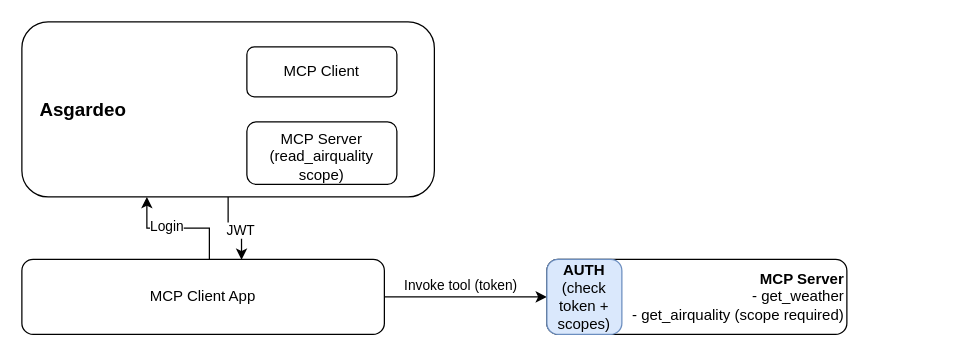
Before: docs/Deployment.drawio in isamauny/open_meteo_mcp, a draw.io diagram. Source tidied: cells renumbered, new cells numbered last; positions are measured from the earlier drawing's top-left corner, leaving out a move shared by most shapes. Both pictures are drawn from the tidied source at 125%, with x=0, y=0 at pixel (21, 21). Pictures stored in the file or linked from it are replaced by grey dashed boxes.
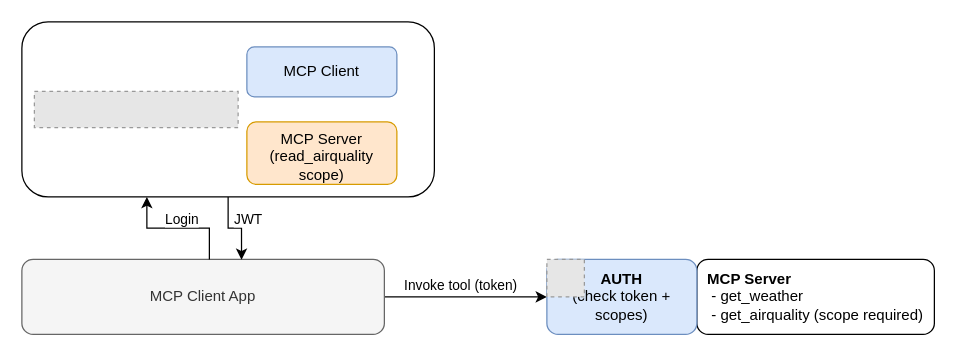
Above is the later version.

The change refers to these unchanged cells:
```xml
<mxCell id="8" style="edgeStyle=orthogonalEdgeStyle;rounded=0;jettySize=auto;html=1;entryX=0.303;entryY=1;entryDx=0;entryDy=0;entryPerimeter=0;" parent="1" edge="1" source="7" target="2">
  <mxGeometry relative="1" as="geometry">
    <Array as="points">
      <mxPoint x="150" y="165" />
      <mxPoint x="100" y="165" />
    </Array>
  </mxGeometry>
</mxCell>
<mxCell id="10" style="edgeStyle=orthogonalEdgeStyle;rounded=0;jettySize=auto;html=1;entryX=0.606;entryY=0.006;entryDx=0;entryDy=0;entryPerimeter=0;" parent="1" edge="1" source="2" target="7">
  <mxGeometry relative="1" as="geometry" />
</mxCell>
```

Diff of the diagram source:
```diff
@@
-    <mxCell id="2" value="&amp;nbsp; &amp;nbsp;Asgardeo" style="rounded=1;whiteSpace=wrap;html=1;fontSize=15;align=left;fontStyle=1;" parent="1" vertex="1">
+    <mxCell id="2" style="rounded=1;whiteSpace=wrap;html=1;fontSize=15;align=left;fontStyle=1;" parent="1" vertex="1">
       <mxGeometry width="330" height="140" as="geometry" />
     </mxCell>
-    <mxCell id="3" value="MCP Client" style="rounded=1;whiteSpace=wrap;html=1;" parent="1" vertex="1">
+    <mxCell id="3" value="MCP Client" style="rounded=1;whiteSpace=wrap;html=1;fillColor=#dae8fc;strokeColor=#6c8ebf;" parent="1" vertex="1">
       <mxGeometry x="180" y="20" width="120" height="40" as="geometry" />
     </mxCell>
-    <mxCell id="4" value="MCP Serve&lt;span style=&quot;background-color: transparent; color: light-dark(rgb(0, 0, 0), rgb(255, 255, 255));&quot;&gt;r&lt;/span&gt;&lt;div&gt;&lt;span style=&quot;background-color: transparent; color: light-dark(rgb(0, 0, 0), rgb(255, 255, 255));&quot;&gt;(read_airquality scope)&lt;/span&gt;&lt;/div&gt;&lt;div&gt;&lt;span style=&quot;background-color: transparent; color: light-dark(rgb(0, 0, 0), rgb(255, 255, 255));&quot;&gt;&lt;br&gt;&lt;/span&gt;&lt;/div&gt;" style="rounded=1;whiteSpace=wrap;html=1;verticalAlign=top;" parent="1" vertex="1">
+    <mxCell id="4" value="MCP Serve&lt;span style=&quot;background-color: transparent; color: light-dark(rgb(0, 0, 0), rgb(255, 255, 255));&quot;&gt;r&lt;/span&gt;&lt;div&gt;&lt;span style=&quot;background-color: transparent; color: light-dark(rgb(0, 0, 0), rgb(255, 255, 255));&quot;&gt;(read_airquality scope)&lt;/span&gt;&lt;/div&gt;&lt;div&gt;&lt;span style=&quot;background-color: transparent; color: light-dark(rgb(0, 0, 0), rgb(255, 255, 255));&quot;&gt;&lt;br&gt;&lt;/span&gt;&lt;/div&gt;" style="rounded=1;whiteSpace=wrap;html=1;verticalAlign=top;fillColor=#ffe6cc;strokeColor=#d79b00;" parent="1" vertex="1">
       <mxGeometry x="180" y="80" width="120" height="50" as="geometry" />
     </mxCell>
@@
-    <mxCell id="7" value="MCP Client App" style="rounded=1;whiteSpace=wrap;html=1;" parent="1" vertex="1">
+    <mxCell id="7" value="MCP Client App" style="rounded=1;whiteSpace=wrap;html=1;fillColor=#f5f5f5;fontColor=#333333;strokeColor=#666666;" parent="1" vertex="1">
       <mxGeometry y="190" width="290" height="60" as="geometry" />
     </mxCell>
@@
     <mxCell id="9" value="Login" style="edgeLabel;html=1;align=center;verticalAlign=middle;" parent="8" vertex="1">
-      <mxGeometry x="0.19" y="-2" relative="1" as="geometry" />
+      <mxGeometry x="0.19" y="-2" relative="1" as="geometry">
+        <mxPoint x="12" y="-6" as="offset" />
+      </mxGeometry>
     </mxCell>
@@
     <mxCell id="11" value="JWT" style="edgeLabel;html=1;align=center;verticalAlign=middle;" parent="10" vertex="1">
-      <mxGeometry x="0.13" y="-1" relative="1" as="geometry" />
+      <mxGeometry x="0.13" y="-1" relative="1" as="geometry">
+        <mxPoint x="6" y="-9" as="offset" />
+      </mxGeometry>
     </mxCell>
-    <mxCell id="12" value="&lt;b&gt;MCP Server&lt;/b&gt;&lt;div&gt;- get_weather&lt;/div&gt;&lt;div&gt;- get_airquality (scope required)&lt;/div&gt;" style="rounded=1;whiteSpace=wrap;html=1;align=right;" parent="1" vertex="1">
-      <mxGeometry x="420" y="190" width="240" height="60" as="geometry" />
+    <mxCell id="12" value="&lt;b&gt;&amp;nbsp; MCP Server&lt;/b&gt;&lt;div&gt;&amp;nbsp; &amp;nbsp;- get_weather&lt;/div&gt;&lt;div&gt;&amp;nbsp; &amp;nbsp;- get_airquality (scope required)&lt;/div&gt;" style="rounded=1;whiteSpace=wrap;html=1;align=left;labelPosition=center;verticalLabelPosition=middle;verticalAlign=middle;" parent="1" vertex="1">
+      <mxGeometry x="540" y="190" width="190" height="60" as="geometry" />
     </mxCell>
     <mxCell id="13" value="&lt;b&gt;AUTH&lt;/b&gt;&lt;div&gt;(check token + scopes)&lt;/div&gt;" style="rounded=1;whiteSpace=wrap;html=1;fillColor=#dae8fc;strokeColor=#6c8ebf;" parent="1" vertex="1">
-      <mxGeometry x="420" y="190" width="60" height="60" as="geometry" />
+      <mxGeometry x="420" y="190" width="120" height="60" as="geometry" />
     </mxCell>
+    <mxCell id="14" style="fillColor=#E6E6E6;strokeColor=#999999;dashed=1;verticalLabelPosition=bottom;labelBackgroundColor=default;verticalAlign=top;" parent="1" vertex="1">
+      <mxGeometry x="10" y="55.5" width="163" height="29" as="geometry" />
+    </mxCell>
+    <mxCell id="15" style="fillColor=#E6E6E6;strokeColor=#999999;dashed=1;verticalLabelPosition=bottom;labelBackgroundColor=default;verticalAlign=top;" parent="1" vertex="1">
+      <mxGeometry x="420" y="190" width="30" height="30" as="geometry" />
+    </mxCell>
```
